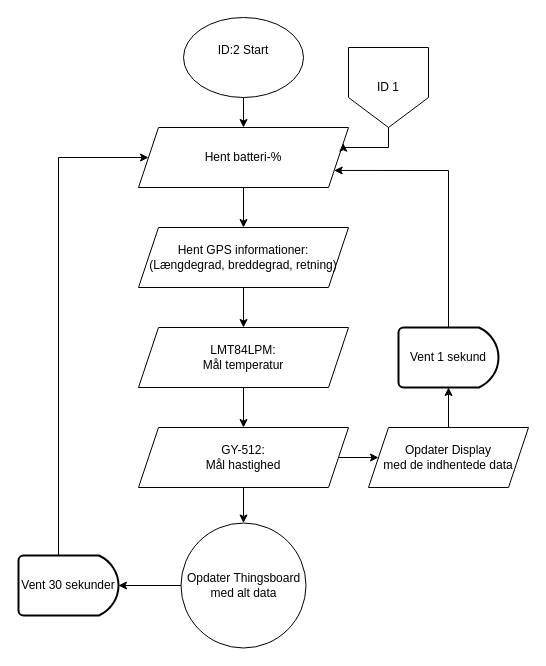
Earlier version of the draw.io diagram ID 02, P1/ID2 V1 Info på Display.drawio (KEA-E24-B9-IOT1/E24-B9-IoT1). Source tidied: cells renumbered, new cells numbered last; positions are measured from the earlier drawing's top-left corner, leaving out a move shared by most shapes. Both pictures are drawn from the tidied source at 100%, with x=0, y=0 at pixel (18, 17).
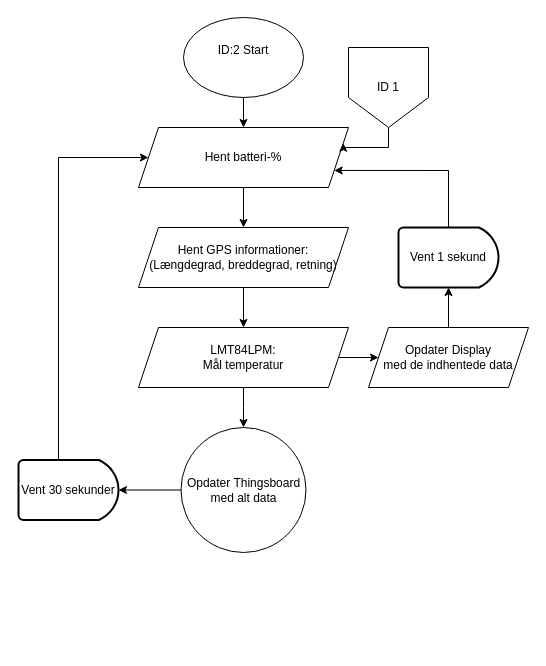
Above is the later version.

Commit message:
Fjernet Gyro, da hastighed kommer fra GPS

The change refers to these unchanged cells:
```xml
<mxCell id="9" value="&lt;div&gt;LMT84LPM:&lt;/div&gt;&lt;div&gt;Mål temperatur&lt;br&gt;&lt;/div&gt;" style="shape=parallelogram;perimeter=parallelogramPerimeter;whiteSpace=wrap;html=1;fixedSize=1;rounded=0;" parent="1" vertex="1">
  <mxGeometry x="120" y="310" width="210" height="60" as="geometry" />
</mxCell>
```

What changed in the source:
```diff
@@
     <mxCell id="6" value="Opdater Thingsboard med alt data" style="ellipse;whiteSpace=wrap;html=1;" parent="1" vertex="1">
-      <mxGeometry x="162.5" y="505.5" width="125" height="125" as="geometry" />
+      <mxGeometry x="162.5" y="410" width="125" height="125" as="geometry" />
     </mxCell>
@@
-    <mxCell id="8" style="edgeStyle=orthogonalEdgeStyle;rounded=0;jettySize=auto;html=1;" parent="1" edge="1" source="9" target="16">
-      <mxGeometry relative="1" as="geometry" />
+    <mxCell id="8" style="edgeStyle=orthogonalEdgeStyle;rounded=0;jettySize=auto;html=1;" parent="1" edge="1" source="9">
+      <mxGeometry relative="1" as="geometry">
+        <mxPoint x="225" y="410" as="targetPoint" />
+      </mxGeometry>
     </mxCell>
+    <mxCell id="23" style="edgeStyle=orthogonalEdgeStyle;rounded=0;jettySize=auto;html=1;" parent="1" edge="1" source="9" target="19">
+      <mxGeometry relative="1" as="geometry" />
+    </mxCell>
@@
-    <mxCell id="14" style="edgeStyle=orthogonalEdgeStyle;rounded=0;jettySize=auto;html=1;" parent="1" edge="1" source="16" target="6">
-      <mxGeometry relative="1" as="geometry" />
-    </mxCell>
-    <mxCell id="15" style="edgeStyle=orthogonalEdgeStyle;rounded=0;jettySize=auto;html=1;exitX=1;exitY=0.5;exitDx=0;exitDy=0;entryX=0;entryY=0.5;entryDx=0;entryDy=0;" parent="1" edge="1" source="16" target="19">
-      <mxGeometry relative="1" as="geometry" />
-    </mxCell>
-    <mxCell id="16" value="GY-512:&lt;br&gt;Mål hastighed" style="shape=parallelogram;perimeter=parallelogramPerimeter;whiteSpace=wrap;html=1;fixedSize=1;rounded=0;" parent="1" vertex="1">
-      <mxGeometry x="120" y="410" width="210" height="60" as="geometry" />
-    </mxCell>
     <mxCell id="17" value="Vent 30 sekunder" style="strokeWidth=2;html=1;shape=mxgraph.flowchart.delay;whiteSpace=wrap;" parent="1" vertex="1">
-      <mxGeometry y="538" width="100" height="60" as="geometry" />
+      <mxGeometry y="442.5" width="100" height="60" as="geometry" />
     </mxCell>
@@
     <mxCell id="19" value="&lt;div&gt;Opdater Display&lt;/div&gt;&lt;div&gt;med de indhentede data&lt;br&gt;&lt;/div&gt;" style="shape=parallelogram;perimeter=parallelogramPerimeter;whiteSpace=wrap;html=1;fixedSize=1;" parent="1" vertex="1">
-      <mxGeometry x="350" y="410" width="160" height="60" as="geometry" />
+      <mxGeometry x="350" y="310" width="160" height="60" as="geometry" />
     </mxCell>
@@
     <mxCell id="22" value="Vent 1 sekund" style="strokeWidth=2;html=1;shape=mxgraph.flowchart.delay;whiteSpace=wrap;" parent="1" vertex="1">
-      <mxGeometry x="380" y="310" width="100" height="60" as="geometry" />
+      <mxGeometry x="380" y="210" width="100" height="60" as="geometry" />
     </mxCell>
```
